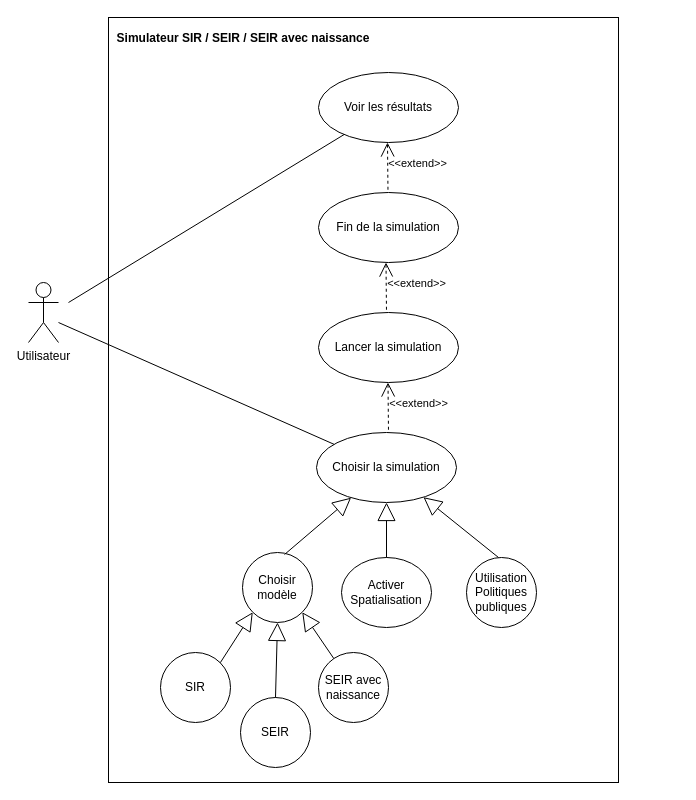
Before: Untitled Diagram.drawio in thomas-binga/APO_SIR_PROJET, a draw.io diagram. Source tidied: cells renumbered, new cells numbered last; positions are measured from the earlier drawing's top-left corner, leaving out a move shared by most shapes. Both pictures are drawn from the tidied source at 100%, with x=0, y=0 at pixel (28, 17).
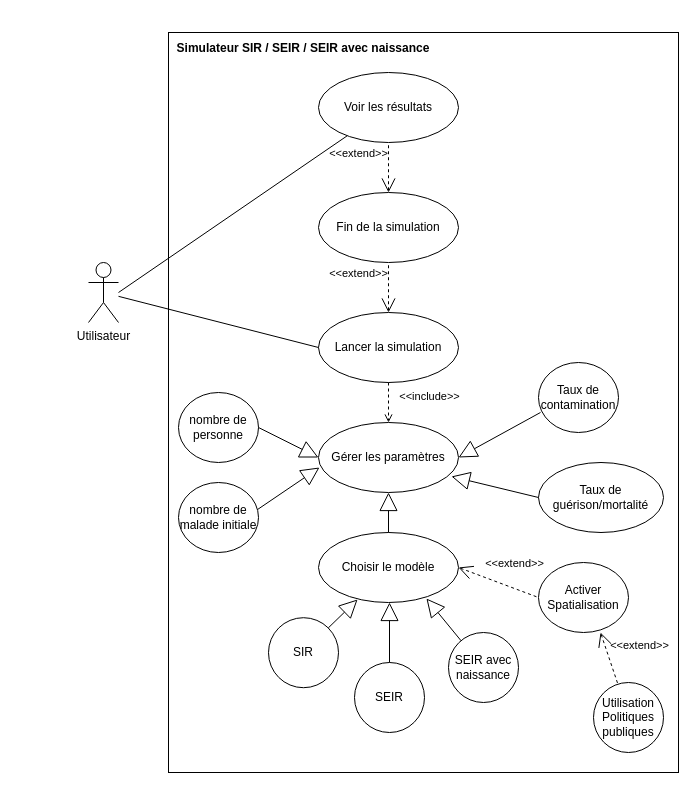
After the change.

The change refers to these unchanged cells:
```xml
<mxCell id="5" value="Lancer la simulation" style="ellipse;whiteSpace=wrap;html=1;" parent="1" vertex="1">
  <mxGeometry x="290" y="295" width="140" height="70" as="geometry" />
</mxCell>
<mxCell id="6" value="Fin de la simulation" style="ellipse;whiteSpace=wrap;html=1;" parent="1" vertex="1">
  <mxGeometry x="290" y="175" width="140" height="70" as="geometry" />
</mxCell>
<mxCell id="7" value="Voir les résultats" style="ellipse;whiteSpace=wrap;html=1;" parent="1" vertex="1">
  <mxGeometry x="290" y="55" width="140" height="70" as="geometry" />
</mxCell>
```

What changed in the source:
```diff
@@
     <mxCell id="2" style="rounded=0;whiteSpace=wrap;html=1;" parent="1" vertex="1">
-      <mxGeometry x="80" width="510" height="765" as="geometry" />
+      <mxGeometry x="140" y="15" width="510" height="740" as="geometry" />
     </mxCell>
     <mxCell id="3" value="Utilisateur" style="shape=umlActor;verticalLabelPosition=bottom;verticalAlign=top;html=1;outlineConnect=0;" parent="1" vertex="1">
-      <mxGeometry y="265" width="30" height="60" as="geometry" />
+      <mxGeometry x="60" y="245" width="30" height="60" as="geometry" />
     </mxCell>
-    <mxCell id="4" value="Choisir la simulation" style="ellipse;whiteSpace=wrap;html=1;" parent="1" vertex="1">
-      <mxGeometry x="288" y="415" width="140" height="70" as="geometry" />
+    <mxCell id="4" value="Choisir le modèle" style="ellipse;whiteSpace=wrap;html=1;" parent="1" vertex="1">
+      <mxGeometry x="290" y="515" width="140" height="70" as="geometry" />
     </mxCell>
@@
     <mxCell id="8" value="Simulateur SIR / SEIR / SEIR avec naissance" style="text;align=center;fontStyle=1;verticalAlign=middle;spacingLeft=3;spacingRight=3;strokeColor=none;" parent="1" vertex="1">
-      <mxGeometry x="90" y="5" width="250" height="30" as="geometry" />
+      <mxGeometry x="150" y="15" width="250" height="30" as="geometry" />
     </mxCell>
-    <mxCell id="9" value="Choisir modèle " style="ellipse;whiteSpace=wrap;html=1;" parent="1" vertex="1">
-      <mxGeometry x="214" y="535" width="70" height="70" as="geometry" />
-    </mxCell>
     <mxCell id="10" value="Activer Spatialisation" style="ellipse;whiteSpace=wrap;html=1;" parent="1" vertex="1">
-      <mxGeometry x="313" y="540" width="90" height="70" as="geometry" />
+      <mxGeometry x="510" y="545" width="90" height="70" as="geometry" />
     </mxCell>
     <mxCell id="11" value="Utilisation Politiques publiques" style="ellipse;whiteSpace=wrap;html=1;" parent="1" vertex="1">
-      <mxGeometry x="438" y="540" width="70" height="70" as="geometry" />
+      <mxGeometry x="565" y="665" width="70" height="70" as="geometry" />
     </mxCell>
-    <mxCell id="12" value="&amp;lt;&amp;lt;extend&amp;gt;&amp;gt;" style="edgeStyle=none;html=1;startArrow=open;endArrow=none;startSize=12;verticalAlign=bottom;dashed=1;labelBackgroundColor=none;exitX=0.5;exitY=1;exitDx=0;exitDy=0;" parent="1" edge="1">
-      <mxGeometry x="0.2" y="30" relative="1" as="geometry">
-        <mxPoint x="357.5" y="245" as="sourcePoint" />
-        <mxPoint x="358" y="295" as="targetPoint" />
-      </mxGeometry>
+    <mxCell id="12" value="&amp;lt;&amp;lt;extend&amp;gt;&amp;gt;" style="edgeStyle=none;html=1;startArrow=open;endArrow=none;startSize=12;verticalAlign=bottom;dashed=1;labelBackgroundColor=none;entryX=0.5;entryY=1;entryDx=0;entryDy=0;exitX=0.5;exitY=0;exitDx=0;exitDy=0;" parent="1" edge="1" source="5" target="6">
+      <mxGeometry x="0.2" y="30" relative="1" as="geometry" />
     </mxCell>
-    <mxCell id="13" value="&amp;lt;&amp;lt;extend&amp;gt;&amp;gt;" style="edgeStyle=none;html=1;startArrow=open;endArrow=none;startSize=12;verticalAlign=bottom;dashed=1;labelBackgroundColor=none;exitX=0.5;exitY=1;exitDx=0;exitDy=0;" parent="1" edge="1">
-      <mxGeometry x="0.2" y="30" relative="1" as="geometry">
-        <mxPoint x="359.5" y="365" as="sourcePoint" />
-        <mxPoint x="360" y="415" as="targetPoint" />
-      </mxGeometry>
-    </mxCell>
-    <mxCell id="14" style="endArrow=block;endSize=16;endFill=0;html=1;exitX=0.6;exitY=0.029;exitDx=0;exitDy=0;exitPerimeter=0;" parent="1" edge="1" source="9" target="4">
-      <mxGeometry x="-0.75" y="70" relative="1" as="geometry" />
-    </mxCell>
-    <mxCell id="15" style="endArrow=block;endSize=16;endFill=0;html=1;exitX=0.5;exitY=0;exitDx=0;exitDy=0;entryX=0.5;entryY=1;entryDx=0;entryDy=0;" parent="1" edge="1" source="10" target="4">
-      <mxGeometry x="-0.75" y="70" relative="1" as="geometry" />
-    </mxCell>
-    <mxCell id="16" style="endArrow=block;endSize=16;endFill=0;html=1;exitX=0.6;exitY=0.029;exitDx=0;exitDy=0;exitPerimeter=0;" parent="1" edge="1" target="4">
-      <mxGeometry x="-0.75" y="70" relative="1" as="geometry">
-        <mxPoint x="470" y="540" as="sourcePoint" />
-      </mxGeometry>
-    </mxCell>
     <mxCell id="17" value="SIR" style="ellipse;whiteSpace=wrap;html=1;" parent="1" vertex="1">
-      <mxGeometry x="132" y="635" width="70" height="70" as="geometry" />
+      <mxGeometry x="240" y="600.2" width="70" height="70" as="geometry" />
     </mxCell>
     <mxCell id="18" value="SEIR" style="ellipse;whiteSpace=wrap;html=1;" parent="1" vertex="1">
-      <mxGeometry x="212" y="680" width="70" height="70" as="geometry" />
+      <mxGeometry x="326" y="645" width="70" height="70" as="geometry" />
     </mxCell>
     <mxCell id="19" value="SEIR avec naissance" style="ellipse;whiteSpace=wrap;html=1;" parent="1" vertex="1">
-      <mxGeometry x="290" y="635" width="70" height="70" as="geometry" />
+      <mxGeometry x="420" y="615" width="70" height="70" as="geometry" />
     </mxCell>
-    <mxCell id="20" style="endArrow=block;endSize=16;endFill=0;html=1;entryX=1;entryY=1;entryDx=0;entryDy=0;" parent="1" edge="1" source="19" target="9">
+    <mxCell id="20" style="endArrow=block;endSize=16;endFill=0;html=1;entryX=0.771;entryY=0.943;entryDx=0;entryDy=0;entryPerimeter=0;" parent="1" edge="1" source="19" target="4">
       <mxGeometry x="-0.75" y="70" relative="1" as="geometry" />
     </mxCell>
-    <mxCell id="21" style="endArrow=block;endSize=16;endFill=0;html=1;exitX=0.5;exitY=0;exitDx=0;exitDy=0;entryX=0.5;entryY=1;entryDx=0;entryDy=0;" parent="1" edge="1" source="18" target="9">
-      <mxGeometry x="-0.75" y="70" relative="1" as="geometry" />
+    <mxCell id="21" style="endArrow=block;endSize=16;endFill=0;html=1;exitX=0.5;exitY=0;exitDx=0;exitDy=0;" parent="1" edge="1" source="18">
+      <mxGeometry x="-0.75" y="70" relative="1" as="geometry">
+        <mxPoint x="361" y="585" as="targetPoint" />
+      </mxGeometry>
     </mxCell>
-    <mxCell id="22" style="endArrow=block;endSize=16;endFill=0;html=1;exitX=1;exitY=0;exitDx=0;exitDy=0;entryX=0;entryY=1;entryDx=0;entryDy=0;" parent="1" edge="1" source="17" target="9">
+    <mxCell id="22" style="endArrow=block;endSize=16;endFill=0;html=1;exitX=1;exitY=0;exitDx=0;exitDy=0;entryX=0.279;entryY=0.957;entryDx=0;entryDy=0;entryPerimeter=0;" parent="1" edge="1" source="17" target="4">
       <mxGeometry x="-0.75" y="70" relative="1" as="geometry" />
     </mxCell>
-    <mxCell id="23" value="&amp;lt;&amp;lt;extend&amp;gt;&amp;gt;" style="edgeStyle=none;html=1;startArrow=open;endArrow=none;startSize=12;verticalAlign=bottom;dashed=1;labelBackgroundColor=none;exitX=0.5;exitY=1;exitDx=0;exitDy=0;" parent="1" edge="1">
-      <mxGeometry x="0.2" y="30" relative="1" as="geometry">
-        <mxPoint x="359" y="125" as="sourcePoint" />
-        <mxPoint x="359.5" y="175" as="targetPoint" />
-      </mxGeometry>
+    <mxCell id="23" value="&amp;lt;&amp;lt;extend&amp;gt;&amp;gt;" style="edgeStyle=none;html=1;startArrow=open;endArrow=none;startSize=12;verticalAlign=bottom;dashed=1;labelBackgroundColor=none;entryX=0.5;entryY=1;entryDx=0;entryDy=0;exitX=0.5;exitY=0;exitDx=0;exitDy=0;" parent="1" edge="1" source="6" target="7">
+      <mxGeometry x="0.2" y="30" relative="1" as="geometry" />
     </mxCell>
     <mxCell id="24" style="edgeStyle=none;html=1;endArrow=none;verticalAlign=bottom;" parent="1" edge="1" target="7">
       <mxGeometry relative="1" as="geometry">
-        <mxPoint x="40" y="285" as="sourcePoint" />
+        <mxPoint x="90" y="275" as="sourcePoint" />
       </mxGeometry>
     </mxCell>
-    <mxCell id="25" style="edgeStyle=none;html=1;endArrow=none;verticalAlign=bottom;" parent="1" edge="1" source="4">
-      <mxGeometry relative="1" as="geometry">
-        <mxPoint x="30" y="305" as="targetPoint" />
-      </mxGeometry>
-    </mxCell>
+    <mxCell id="26" value="&amp;lt;&amp;lt;extend&amp;gt;&amp;gt;" style="edgeStyle=none;html=1;startArrow=open;endArrow=none;startSize=12;verticalAlign=bottom;dashed=1;labelBackgroundColor=none;entryX=0;entryY=0.5;entryDx=0;entryDy=0;exitX=1;exitY=0.5;exitDx=0;exitDy=0;" parent="1" edge="1" source="4" target="10">
+      <mxGeometry x="0.27" y="15" relative="1" as="geometry" />
+    </mxCell>
+    <mxCell id="27" value="&amp;lt;&amp;lt;extend&amp;gt;&amp;gt;" style="edgeStyle=none;html=1;startArrow=open;endArrow=none;startSize=12;verticalAlign=bottom;dashed=1;labelBackgroundColor=none;exitX=0.689;exitY=1;exitDx=0;exitDy=0;exitPerimeter=0;" parent="1" edge="1" source="10" target="11">
+      <mxGeometry x="0.2" y="30" relative="1" as="geometry" />
+    </mxCell>
+    <mxCell id="28" value="&amp;lt;&amp;lt;include&amp;gt;&amp;gt;" style="edgeStyle=none;html=1;endArrow=open;verticalAlign=bottom;dashed=1;labelBackgroundColor=none;exitX=0.5;exitY=1;exitDx=0;exitDy=0;entryX=0.5;entryY=0;entryDx=0;entryDy=0;" parent="1" edge="1" source="5" target="30">
+      <mxGeometry x="0.13" y="41" relative="1" as="geometry" />
+    </mxCell>
+    <mxCell id="29" style="endArrow=none;html=1;entryX=0;entryY=0.5;entryDx=0;entryDy=0;" parent="1" edge="1" source="3" target="5">
+      <mxGeometry relative="1" as="geometry" />
+    </mxCell>
+    <mxCell id="30" value="Gérer les paramètres " style="ellipse;whiteSpace=wrap;html=1;" parent="1" vertex="1">
+      <mxGeometry x="290" y="405" width="140" height="70" as="geometry" />
+    </mxCell>
+    <mxCell id="31" style="endArrow=block;endSize=16;endFill=0;html=1;entryX=0.5;entryY=1;entryDx=0;entryDy=0;" parent="1" edge="1" source="4" target="30">
+      <mxGeometry x="-0.75" y="70" relative="1" as="geometry" />
+    </mxCell>
+    <mxCell id="32" value="nombre de personne" style="ellipse;whiteSpace=wrap;html=1;" parent="1" vertex="1">
+      <mxGeometry x="150" y="375" width="80" height="70" as="geometry" />
+    </mxCell>
+    <mxCell id="33" value="nombre de malade initiale" style="ellipse;whiteSpace=wrap;html=1;" parent="1" vertex="1">
+      <mxGeometry x="150" y="465" width="80" height="70" as="geometry" />
+    </mxCell>
+    <mxCell id="34" value="Taux de contamination" style="ellipse;whiteSpace=wrap;html=1;" parent="1" vertex="1">
+      <mxGeometry x="510" y="345" width="80" height="70" as="geometry" />
+    </mxCell>
+    <mxCell id="35" value="&lt;div&gt;Taux de guérison/mortalité&lt;/div&gt;" style="ellipse;whiteSpace=wrap;html=1;" parent="1" vertex="1">
+      <mxGeometry x="510" y="445" width="125" height="70" as="geometry" />
+    </mxCell>
+    <mxCell id="36" style="endArrow=block;endSize=16;endFill=0;html=1;entryX=0.007;entryY=0.643;entryDx=0;entryDy=0;entryPerimeter=0;exitX=0.988;exitY=0.386;exitDx=0;exitDy=0;exitPerimeter=0;" parent="1" edge="1" source="33" target="30">
+      <mxGeometry x="-0.75" y="70" relative="1" as="geometry" />
+    </mxCell>
+    <mxCell id="37" style="endArrow=block;endSize=16;endFill=0;html=1;entryX=0;entryY=0.5;entryDx=0;entryDy=0;exitX=1;exitY=0.5;exitDx=0;exitDy=0;" parent="1" edge="1" source="32" target="30">
+      <mxGeometry x="-0.75" y="70" relative="1" as="geometry" />
+    </mxCell>
+    <mxCell id="38" style="endArrow=block;endSize=16;endFill=0;html=1;entryX=1;entryY=0.5;entryDx=0;entryDy=0;exitX=0.025;exitY=0.714;exitDx=0;exitDy=0;exitPerimeter=0;" parent="1" edge="1" source="34" target="30">
+      <mxGeometry x="-0.75" y="70" relative="1" as="geometry" />
+    </mxCell>
+    <mxCell id="39" style="endArrow=block;endSize=16;endFill=0;html=1;entryX=0.95;entryY=0.771;entryDx=0;entryDy=0;entryPerimeter=0;exitX=0;exitY=0.5;exitDx=0;exitDy=0;" parent="1" edge="1" source="35" target="30">
+      <mxGeometry x="-0.75" y="70" relative="1" as="geometry" />
+    </mxCell>
```
